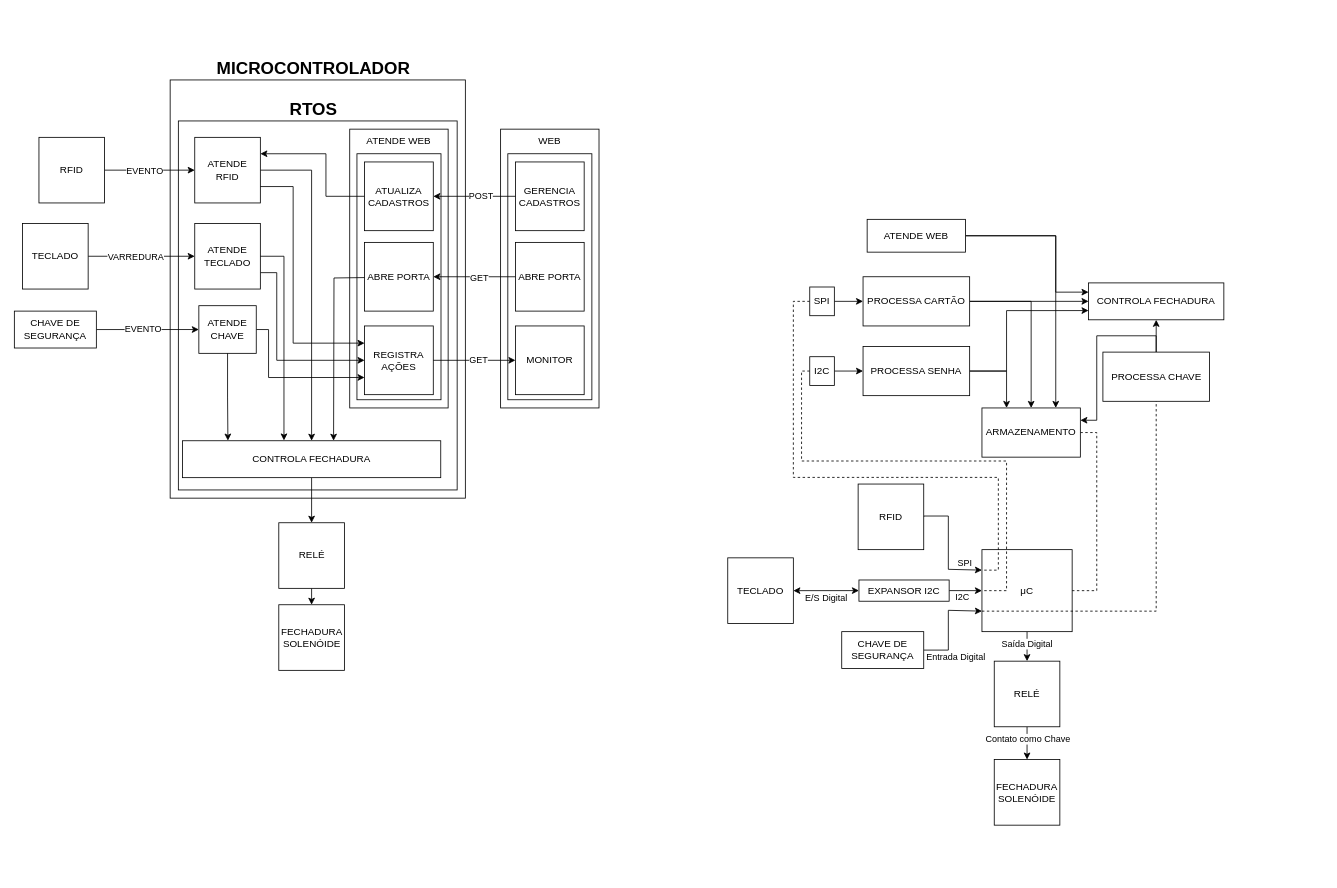
This is Projeto/diagrama_de_relacoes_hw-sw.drawio from eduardo-ufmg/EEE026_SisEmbutidos, a draw.io file, before an edit. Source tidied: cells renumbered, new cells numbered last; positions are measured from the earlier drawing's top-left corner, leaving out a move shared by most shapes. Both pictures are drawn from the tidied source at 82%, with x=0, y=0 at pixel (14, 55).
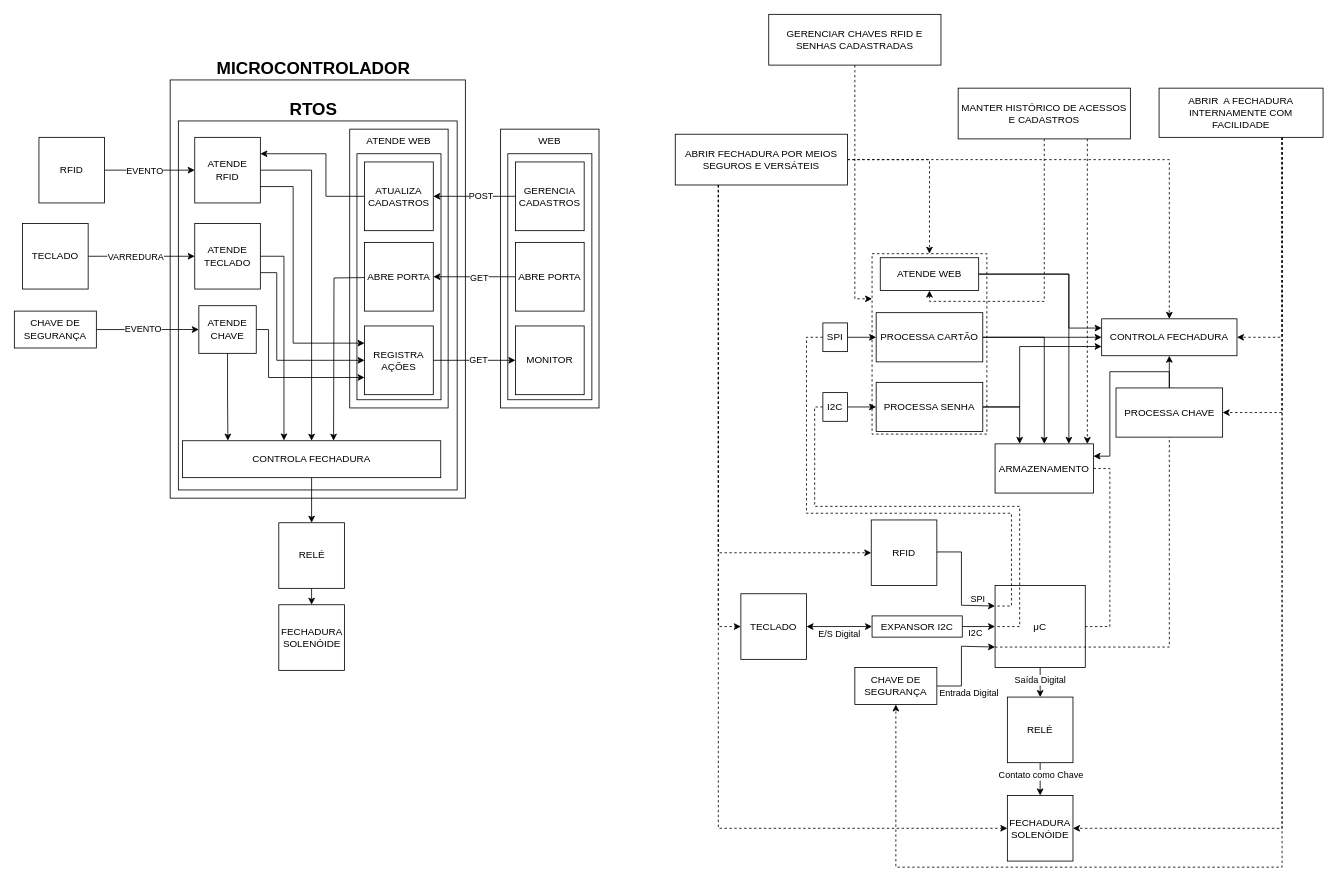
The same diagram, later.

Diff of the diagram source:
```diff
@@
+    <mxCell id="90" style="rounded=0;whiteSpace=wrap;html=1;dashed=1;" parent="1" vertex="1">
+      <mxGeometry x="1046" y="241.9" width="140" height="220" as="geometry" />
+    </mxCell>
@@
     <mxCell id="51" value="RELÉ" style="whiteSpace=wrap;html=1;rotation=0;" parent="1" vertex="1">
-      <mxGeometry x="1195" y="738.8" width="80" height="80" as="geometry" />
+      <mxGeometry x="1211" y="782.6" width="80" height="80" as="geometry" />
     </mxCell>
     <mxCell id="52" value="FECHADURA SOLENÓIDE" style="whiteSpace=wrap;html=1;rotation=0;" parent="1" vertex="1">
-      <mxGeometry x="1195" y="858.8" width="80" height="80" as="geometry" />
+      <mxGeometry x="1211" y="902.6" width="80" height="80" as="geometry" />
     </mxCell>
@@
     <mxCell id="55" value="&lt;span lang=&quot;pt&quot; class=&quot;BxUVEf ILfuVd&quot;&gt;&lt;span class=&quot;hgKElc&quot;&gt;μC&lt;/span&gt;&lt;/span&gt;" style="rounded=0;whiteSpace=wrap;html=1;rotation=0;" parent="1" vertex="1">
-      <mxGeometry x="1180" y="602.8" width="110" height="100" as="geometry" />
+      <mxGeometry x="1196" y="646.6" width="110" height="100" as="geometry" />
     </mxCell>
     <mxCell id="56" style="edgeStyle=orthogonalEdgeStyle;rounded=0;jettySize=auto;html=1;exitX=1;exitY=0.5;exitDx=0;exitDy=0;entryX=0;entryY=0.25;entryDx=0;entryDy=0;" parent="1" edge="1" source="58" target="55">
       <mxGeometry relative="1" as="geometry">
         <Array as="points">
-          <mxPoint x="1139" y="561.8" />
-          <mxPoint x="1139" y="626.8" />
+          <mxPoint x="1155" y="605.6" />
+          <mxPoint x="1155" y="670.6" />
         </Array>
       </mxGeometry>
     </mxCell>
@@
     <mxCell id="58" value="RFID" style="whiteSpace=wrap;html=1;rotation=0;" parent="1" vertex="1">
-      <mxGeometry x="1029" y="522.8" width="80" height="80" as="geometry" />
+      <mxGeometry x="1045" y="566.6" width="80" height="80" as="geometry" />
     </mxCell>
     <mxCell id="59" style="edgeStyle=orthogonalEdgeStyle;rounded=0;jettySize=auto;html=1;exitX=1;exitY=0.5;exitDx=0;exitDy=0;entryX=0;entryY=0.75;entryDx=0;entryDy=0;" parent="1" edge="1" source="61" target="55">
       <mxGeometry relative="1" as="geometry">
         <Array as="points">
-          <mxPoint x="1139" y="724.8" />
-          <mxPoint x="1139" y="676.8" />
+          <mxPoint x="1155" y="768.6" />
+          <mxPoint x="1155" y="720.6" />
         </Array>
       </mxGeometry>
     </mxCell>
@@
     <mxCell id="61" value="CHAVE DE SEGURANÇA" style="rounded=0;whiteSpace=wrap;html=1;rotation=0;" parent="1" vertex="1">
-      <mxGeometry x="1009" y="702.8" width="100" height="45" as="geometry" />
+      <mxGeometry x="1025" y="746.6" width="100" height="45" as="geometry" />
     </mxCell>
@@
     <mxCell id="64" value="TECLADO" style="whiteSpace=wrap;html=1;rotation=0;" parent="1" vertex="1">
-      <mxGeometry x="870" y="612.8" width="80" height="80" as="geometry" />
+      <mxGeometry x="886" y="656.6" width="80" height="80" as="geometry" />
     </mxCell>
@@
     <mxCell id="67" value="EXPANSOR I2C" style="rounded=0;whiteSpace=wrap;html=1;rotation=0;" parent="1" vertex="1">
-      <mxGeometry x="1030" y="639.8" width="110" height="25.9" as="geometry" />
+      <mxGeometry x="1046" y="683.6" width="110" height="25.9" as="geometry" />
     </mxCell>
@@
     <mxCell id="69" style="edgeStyle=orthogonalEdgeStyle;rounded=0;jettySize=auto;html=1;exitX=0;exitY=0.5;exitDx=0;exitDy=0;entryX=0;entryY=0.25;entryDx=0;entryDy=0;dashed=1;endArrow=none;endFill=0;" parent="1" edge="1" source="70" target="55">
       <mxGeometry relative="1" as="geometry">
         <Array as="points">
-          <mxPoint x="950" y="299.7" />
-          <mxPoint x="950" y="514.7" />
-          <mxPoint x="1200" y="514.7" />
-          <mxPoint x="1200" y="627.7" />
+          <mxPoint x="966" y="343.4" />
+          <mxPoint x="966" y="558.4" />
+          <mxPoint x="1216" y="558.4" />
+          <mxPoint x="1216" y="671.4" />
         </Array>
       </mxGeometry>
     </mxCell>
     <mxCell id="70" value="SPI" style="rounded=0;whiteSpace=wrap;html=1;" parent="1" vertex="1">
-      <mxGeometry x="970" y="282.5" width="30" height="35" as="geometry" />
+      <mxGeometry x="986" y="326.3" width="30" height="35" as="geometry" />
     </mxCell>
@@
     <mxCell id="72" style="edgeStyle=orthogonalEdgeStyle;rounded=0;jettySize=auto;html=1;exitX=0;exitY=0.5;exitDx=0;exitDy=0;entryX=0;entryY=0.5;entryDx=0;entryDy=0;dashed=1;endArrow=none;endFill=0;" parent="1" edge="1" source="73" target="55">
       <mxGeometry relative="1" as="geometry">
         <Array as="points">
-          <mxPoint x="960" y="384.7" />
-          <mxPoint x="960" y="494.7" />
-          <mxPoint x="1210" y="494.7" />
-          <mxPoint x="1210" y="652.7" />
+          <mxPoint x="976" y="429" />
+          <mxPoint x="976" y="550" />
+          <mxPoint x="1226" y="550" />
+          <mxPoint x="1226" y="697" />
         </Array>
       </mxGeometry>
     </mxCell>
     <mxCell id="73" value="I2C" style="rounded=0;whiteSpace=wrap;html=1;" parent="1" vertex="1">
-      <mxGeometry x="970" y="367.5" width="30" height="35" as="geometry" />
+      <mxGeometry x="986" y="411.3" width="30" height="35" as="geometry" />
     </mxCell>
@@
     <mxCell id="76" value="PROCESSA CARTÃO" style="rounded=0;whiteSpace=wrap;html=1;" parent="1" vertex="1">
-      <mxGeometry x="1035" y="270" width="130" height="60" as="geometry" />
+      <mxGeometry x="1051" y="313.8" width="130" height="60" as="geometry" />
     </mxCell>
     <mxCell id="77" style="edgeStyle=orthogonalEdgeStyle;rounded=0;jettySize=auto;html=1;exitX=1;exitY=0.5;exitDx=0;exitDy=0;entryX=0;entryY=0.75;entryDx=0;entryDy=0;" parent="1" edge="1" source="79" target="82">
       <mxGeometry relative="1" as="geometry">
         <Array as="points">
-          <mxPoint x="1210" y="385" />
-          <mxPoint x="1210" y="311" />
+          <mxPoint x="1226" y="428.8" />
+          <mxPoint x="1226" y="354.8" />
         </Array>
       </mxGeometry>
     </mxCell>
@@
     <mxCell id="79" value="PROCESSA SENHA" style="rounded=0;whiteSpace=wrap;html=1;" parent="1" vertex="1">
-      <mxGeometry x="1035" y="355" width="130" height="60" as="geometry" />
+      <mxGeometry x="1051" y="398.8" width="130" height="60" as="geometry" />
     </mxCell>
@@
     <mxCell id="81" value="ARMAZENAMENTO" style="rounded=0;whiteSpace=wrap;html=1;" parent="1" vertex="1">
-      <mxGeometry x="1180" y="430" width="120" height="60" as="geometry" />
+      <mxGeometry x="1196" y="473.8" width="120" height="60" as="geometry" />
     </mxCell>
     <mxCell id="82" value="CONTROLA FECHADURA" style="rounded=0;whiteSpace=wrap;html=1;" parent="1" vertex="1">
-      <mxGeometry x="1310" y="277.5" width="165" height="45" as="geometry" />
+      <mxGeometry x="1326" y="321.3" width="165" height="45" as="geometry" />
     </mxCell>
     <mxCell id="83" style="edgeStyle=orthogonalEdgeStyle;rounded=0;jettySize=auto;html=1;exitX=1;exitY=0.5;exitDx=0;exitDy=0;entryX=0;entryY=0.25;entryDx=0;entryDy=0;" parent="1" edge="1" source="85" target="82">
       <mxGeometry relative="1" as="geometry">
         <Array as="points">
-          <mxPoint x="1270" y="220" />
-          <mxPoint x="1270" y="289" />
+          <mxPoint x="1286" y="266.9" />
+          <mxPoint x="1286" y="332.9" />
         </Array>
       </mxGeometry>
     </mxCell>
@@
     <mxCell id="85" value="ATENDE WEB" style="rounded=0;whiteSpace=wrap;html=1;" parent="1" vertex="1">
-      <mxGeometry x="1040" y="200" width="120" height="40" as="geometry" />
+      <mxGeometry x="1056" y="246.8" width="120" height="40" as="geometry" />
     </mxCell>
@@
     <mxCell id="87" style="edgeStyle=orthogonalEdgeStyle;rounded=0;jettySize=auto;html=1;exitX=0.5;exitY=0;exitDx=0;exitDy=0;entryX=1;entryY=0.25;entryDx=0;entryDy=0;" parent="1" edge="1" source="88" target="81">
       <mxGeometry relative="1" as="geometry">
         <Array as="points">
-          <mxPoint x="1393" y="342" />
-          <mxPoint x="1320" y="342" />
-          <mxPoint x="1320" y="445" />
+          <mxPoint x="1409" y="385.8" />
+          <mxPoint x="1336" y="385.8" />
+          <mxPoint x="1336" y="488.8" />
         </Array>
       </mxGeometry>
     </mxCell>
     <mxCell id="88" value="PROCESSA CHAVE" style="rounded=0;whiteSpace=wrap;html=1;" parent="1" vertex="1">
-      <mxGeometry x="1327.5" y="361.9" width="130" height="60" as="geometry" />
+      <mxGeometry x="1343.5" y="405.6" width="130" height="60" as="geometry" />
     </mxCell>
     <mxCell id="89" style="edgeStyle=orthogonalEdgeStyle;rounded=0;jettySize=auto;html=1;exitX=0;exitY=0.75;exitDx=0;exitDy=0;entryX=0.5;entryY=1;entryDx=0;entryDy=0;dashed=1;endArrow=none;endFill=0;" parent="1" edge="1" source="55" target="88">
       <mxGeometry relative="1" as="geometry">
         <Array as="points">
-          <mxPoint x="1393" y="677.8" />
+          <mxPoint x="1409" y="721.6" />
         </Array>
       </mxGeometry>
     </mxCell>
+    <mxCell id="91" style="edgeStyle=orthogonalEdgeStyle;rounded=0;jettySize=auto;html=1;exitX=0.25;exitY=1;exitDx=0;exitDy=0;entryX=0;entryY=0.5;entryDx=0;entryDy=0;dashed=1;" parent="1" edge="1" source="96" target="52">
+      <mxGeometry relative="1" as="geometry" />
+    </mxCell>
+    <mxCell id="92" style="edgeStyle=orthogonalEdgeStyle;rounded=0;jettySize=auto;html=1;exitX=1;exitY=0.5;exitDx=0;exitDy=0;entryX=0.5;entryY=0;entryDx=0;entryDy=0;dashed=1;" parent="1" edge="1" source="96" target="90">
+      <mxGeometry relative="1" as="geometry" />
+    </mxCell>
+    <mxCell id="93" style="edgeStyle=orthogonalEdgeStyle;rounded=0;jettySize=auto;html=1;exitX=1;exitY=0.5;exitDx=0;exitDy=0;dashed=1;" parent="1" edge="1" source="96" target="82">
+      <mxGeometry relative="1" as="geometry" />
+    </mxCell>
+    <mxCell id="94" style="edgeStyle=orthogonalEdgeStyle;rounded=0;jettySize=auto;html=1;exitX=0.25;exitY=1;exitDx=0;exitDy=0;entryX=0;entryY=0.5;entryDx=0;entryDy=0;dashed=1;" parent="1" edge="1" source="96" target="64">
+      <mxGeometry relative="1" as="geometry" />
+    </mxCell>
+    <mxCell id="95" style="edgeStyle=orthogonalEdgeStyle;rounded=0;jettySize=auto;html=1;exitX=0.25;exitY=1;exitDx=0;exitDy=0;entryX=0;entryY=0.5;entryDx=0;entryDy=0;dashed=1;" parent="1" edge="1" source="96" target="58">
+      <mxGeometry relative="1" as="geometry" />
+    </mxCell>
+    <mxCell id="96" value="ABRIR FECHADURA POR MEIOS SEGUROS E VERSÁTEIS" style="rounded=0;whiteSpace=wrap;html=1;" parent="1" vertex="1">
+      <mxGeometry x="806" y="96.2" width="210" height="61.9" as="geometry" />
+    </mxCell>
+    <mxCell id="97" style="edgeStyle=orthogonalEdgeStyle;rounded=0;jettySize=auto;html=1;exitX=0.75;exitY=1;exitDx=0;exitDy=0;entryX=1;entryY=0.5;entryDx=0;entryDy=0;dashed=1;" parent="1" edge="1" source="101" target="52">
+      <mxGeometry relative="1" as="geometry" />
+    </mxCell>
+    <mxCell id="98" style="edgeStyle=orthogonalEdgeStyle;rounded=0;jettySize=auto;html=1;exitX=0.75;exitY=1;exitDx=0;exitDy=0;entryX=1;entryY=0.5;entryDx=0;entryDy=0;dashed=1;" parent="1" edge="1" source="101" target="88">
+      <mxGeometry relative="1" as="geometry" />
+    </mxCell>
+    <mxCell id="99" style="edgeStyle=orthogonalEdgeStyle;rounded=0;jettySize=auto;html=1;exitX=0.75;exitY=1;exitDx=0;exitDy=0;entryX=1;entryY=0.5;entryDx=0;entryDy=0;dashed=1;" parent="1" edge="1" source="101" target="82">
+      <mxGeometry relative="1" as="geometry" />
+    </mxCell>
+    <mxCell id="100" style="edgeStyle=orthogonalEdgeStyle;rounded=0;jettySize=auto;html=1;exitX=0.75;exitY=1;exitDx=0;exitDy=0;entryX=0.5;entryY=1;entryDx=0;entryDy=0;dashed=1;" parent="1" edge="1" source="101" target="61">
+      <mxGeometry relative="1" as="geometry">
+        <Array as="points">
+          <mxPoint x="1546" y="990" />
+          <mxPoint x="1075" y="990" />
+        </Array>
+      </mxGeometry>
+    </mxCell>
+    <mxCell id="101" value="ABRIR&amp;nbsp; A FECHADURA INTERNAMENTE COM FACILIDADE" style="rounded=0;whiteSpace=wrap;html=1;" parent="1" vertex="1">
+      <mxGeometry x="1396" y="40" width="200" height="60" as="geometry" />
+    </mxCell>
+    <mxCell id="102" style="edgeStyle=orthogonalEdgeStyle;rounded=0;jettySize=auto;html=1;exitX=0.5;exitY=1;exitDx=0;exitDy=0;entryX=0.5;entryY=1;entryDx=0;entryDy=0;dashed=1;" parent="1" edge="1" source="103" target="85">
+      <mxGeometry relative="1" as="geometry">
+        <Array as="points">
+          <mxPoint x="1256" y="300" />
+          <mxPoint x="1116" y="300" />
+        </Array>
+      </mxGeometry>
+    </mxCell>
+    <mxCell id="103" value="MANTER HISTÓRICO DE ACESSOS E CADASTROS" style="rounded=0;whiteSpace=wrap;html=1;" parent="1" vertex="1">
+      <mxGeometry x="1151" y="40" width="210" height="61.9" as="geometry" />
+    </mxCell>
+    <mxCell id="104" style="edgeStyle=orthogonalEdgeStyle;rounded=0;jettySize=auto;html=1;exitX=0.75;exitY=1;exitDx=0;exitDy=0;entryX=0.938;entryY=0.003;entryDx=0;entryDy=0;entryPerimeter=0;dashed=1;" parent="1" edge="1" source="103" target="81">
+      <mxGeometry relative="1" as="geometry" />
+    </mxCell>
+    <mxCell id="105" style="edgeStyle=orthogonalEdgeStyle;rounded=0;jettySize=auto;html=1;exitX=0.5;exitY=1;exitDx=0;exitDy=0;entryX=0;entryY=0.25;entryDx=0;entryDy=0;dashed=1;" parent="1" edge="1" source="106" target="90">
+      <mxGeometry relative="1" as="geometry" />
+    </mxCell>
+    <mxCell id="106" value="GERENCIAR CHAVES RFID E SENHAS CADASTRADAS" style="rounded=0;whiteSpace=wrap;html=1;" parent="1" vertex="1">
+      <mxGeometry x="920" y="-50" width="210" height="61.9" as="geometry" />
+    </mxCell>
```
